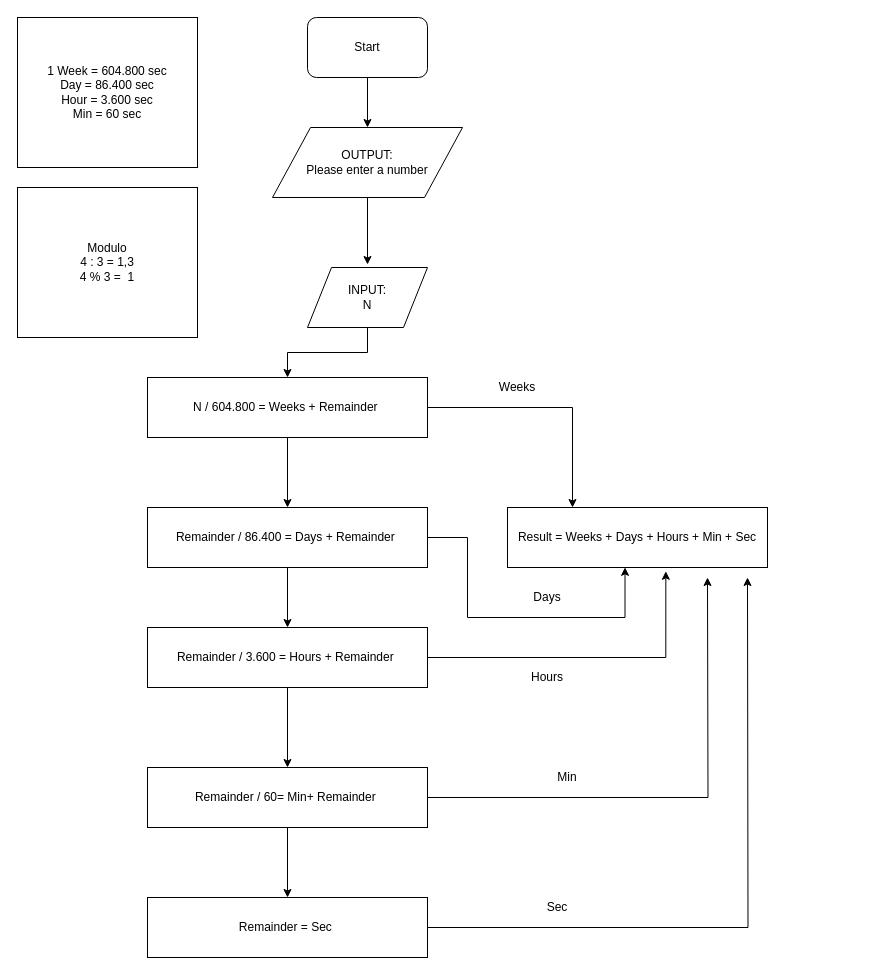
erichkiss/FE21-Algorithms-Kiss-Obermayer keeps this draw.io diagram as Ex2_Intermediate-TimeCalc/TimeCalc.drawio. Above is the earlier version. Source tidied: cells renumbered, new cells numbered last; positions are measured from the earlier drawing's top-left corner, leaving out a move shared by most shapes. Both pictures are drawn from the tidied source at 100%, with x=0, y=0 at pixel (17, 17).
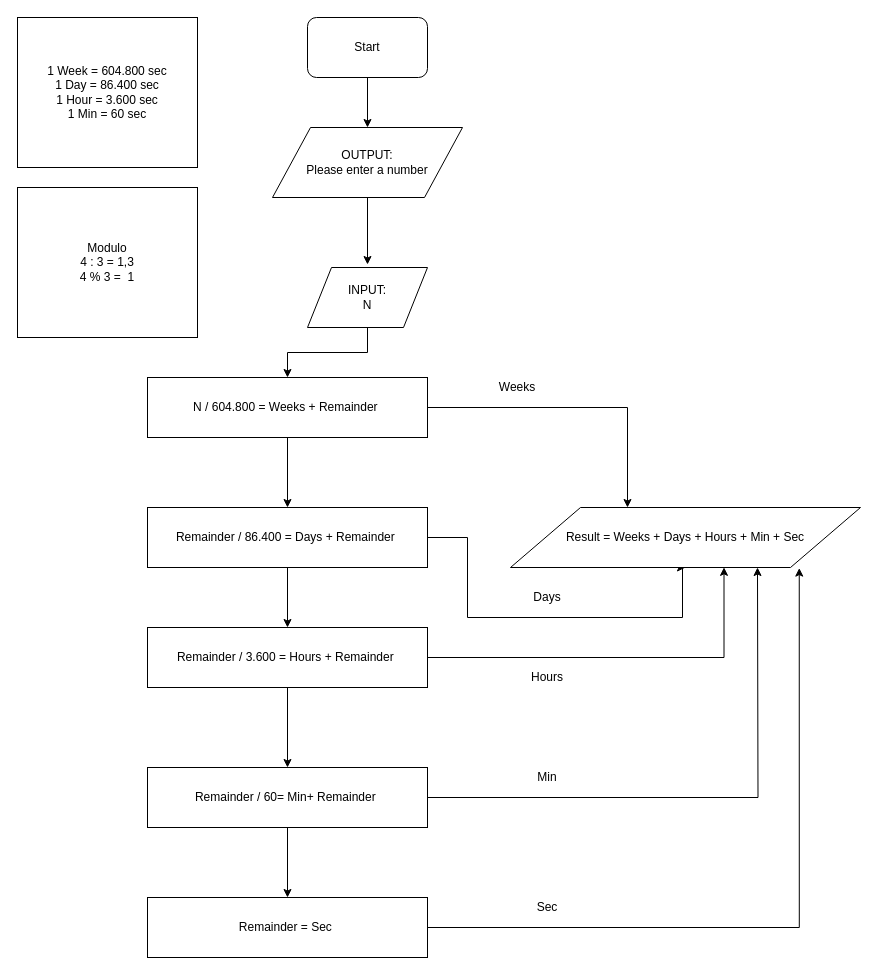
After the change.

Unchanged cells that the change refers to:
```xml
<mxCell id="11" value="N / 604.800 = Weeks + Remainder&amp;nbsp;" style="rounded=0;whiteSpace=wrap;html=1;" parent="1" vertex="1">
  <mxGeometry x="130" y="360" width="280" height="60" as="geometry" />
</mxCell>
<mxCell id="14" value="Remainder / 86.400 = Days + Remainder&amp;nbsp;" style="rounded=0;whiteSpace=wrap;html=1;" parent="1" vertex="1">
  <mxGeometry x="130" y="490" width="280" height="60" as="geometry" />
</mxCell>
<mxCell id="17" value="Remainder / 3.600 = Hours + Remainder&amp;nbsp;" style="rounded=0;whiteSpace=wrap;html=1;" parent="1" vertex="1">
  <mxGeometry x="130" y="610" width="280" height="60" as="geometry" />
</mxCell>
<mxCell id="20" value="Remainder / 60= Min+ Remainder&amp;nbsp;" style="rounded=0;whiteSpace=wrap;html=1;" parent="1" vertex="1">
  <mxGeometry x="130" y="750" width="280" height="60" as="geometry" />
</mxCell>
<mxCell id="22" value="Remainder = Sec&amp;nbsp;" style="rounded=0;whiteSpace=wrap;html=1;" parent="1" vertex="1">
  <mxGeometry x="130" y="880" width="280" height="60" as="geometry" />
</mxCell>
```

Diff of the diagram source:
```diff
@@
-    <mxCell id="8" value="1 Week = 604.800 sec&lt;br&gt;Day = 86.400 sec&lt;br&gt;Hour = 3.600 sec&lt;br&gt;Min = 60 sec" style="rounded=0;whiteSpace=wrap;html=1;" parent="1" vertex="1">
+    <mxCell id="8" value="1 Week = 604.800 sec&lt;br&gt;1 Day = 86.400 sec&lt;br&gt;1 Hour = 3.600 sec&lt;br&gt;1 Min = 60 sec" style="rounded=0;whiteSpace=wrap;html=1;" parent="1" vertex="1">
       <mxGeometry width="180" height="150" as="geometry" />
     </mxCell>
@@
-    <mxCell id="10" style="edgeStyle=orthogonalEdgeStyle;rounded=0;jettySize=auto;html=1;entryX=0.25;entryY=0;entryDx=0;entryDy=0;" parent="1" edge="1" source="11" target="23">
-      <mxGeometry relative="1" as="geometry" />
+    <mxCell id="10" style="edgeStyle=orthogonalEdgeStyle;rounded=0;jettySize=auto;html=1;" parent="1" edge="1" source="11" target="23">
+      <mxGeometry relative="1" as="geometry">
+        <Array as="points">
+          <mxPoint x="610" y="390" />
+        </Array>
+      </mxGeometry>
     </mxCell>
@@
-    <mxCell id="13" style="edgeStyle=orthogonalEdgeStyle;rounded=0;jettySize=auto;html=1;entryX=0.452;entryY=0.997;entryDx=0;entryDy=0;entryPerimeter=0;" parent="1" edge="1" source="14" target="23">
+    <mxCell id="13" style="edgeStyle=orthogonalEdgeStyle;rounded=0;jettySize=auto;html=1;entryX=0.5;entryY=1;entryDx=0;entryDy=0;" parent="1" edge="1" source="14" target="23">
       <mxGeometry relative="1" as="geometry">
         <Array as="points">
           <mxPoint x="450" y="520" />
           <mxPoint x="450" y="600" />
-          <mxPoint x="608" y="600" />
+          <mxPoint x="665" y="600" />
         </Array>
       </mxGeometry>
     </mxCell>
@@
-    <mxCell id="16" style="edgeStyle=orthogonalEdgeStyle;rounded=0;jettySize=auto;html=1;entryX=0.609;entryY=1.063;entryDx=0;entryDy=0;entryPerimeter=0;" parent="1" edge="1" source="17" target="23">
+    <mxCell id="16" style="edgeStyle=orthogonalEdgeStyle;rounded=0;jettySize=auto;html=1;entryX=0.61;entryY=0.997;entryDx=0;entryDy=0;entryPerimeter=0;" parent="1" edge="1" source="17" target="23">
       <mxGeometry relative="1" as="geometry" />
     </mxCell>
@@
     <mxCell id="19" style="edgeStyle=orthogonalEdgeStyle;rounded=0;jettySize=auto;html=1;" parent="1" edge="1" source="20">
       <mxGeometry relative="1" as="geometry">
-        <mxPoint x="690" y="560" as="targetPoint" />
+        <mxPoint x="740" y="550" as="targetPoint" />
       </mxGeometry>
     </mxCell>
@@
-    <mxCell id="21" style="edgeStyle=orthogonalEdgeStyle;rounded=0;jettySize=auto;html=1;" parent="1" edge="1" source="22">
-      <mxGeometry relative="1" as="geometry">
-        <mxPoint x="730" y="560" as="targetPoint" />
-      </mxGeometry>
+    <mxCell id="21" style="edgeStyle=orthogonalEdgeStyle;rounded=0;jettySize=auto;html=1;entryX=0.825;entryY=1.01;entryDx=0;entryDy=0;entryPerimeter=0;" parent="1" edge="1" source="22" target="23">
+      <mxGeometry relative="1" as="geometry" />
     </mxCell>
@@
-    <mxCell id="23" value="Result = Weeks + Days + Hours + Min + Sec" style="rounded=0;whiteSpace=wrap;html=1;" parent="1" vertex="1">
-      <mxGeometry x="490" y="490" width="260" height="60" as="geometry" />
-    </mxCell>
@@
     <mxCell id="27" value="Min" style="text;html=1;strokeColor=none;fillColor=none;align=center;verticalAlign=middle;whiteSpace=wrap;rounded=0;" parent="1" vertex="1">
-      <mxGeometry x="530" y="750" width="40" height="20" as="geometry" />
+      <mxGeometry x="510" y="750" width="40" height="20" as="geometry" />
     </mxCell>
     <mxCell id="28" value="Sec" style="text;html=1;strokeColor=none;fillColor=none;align=center;verticalAlign=middle;whiteSpace=wrap;rounded=0;" parent="1" vertex="1">
-      <mxGeometry x="520" y="880" width="40" height="20" as="geometry" />
+      <mxGeometry x="510" y="880" width="40" height="20" as="geometry" />
     </mxCell>
@@
+    <mxCell id="23" value="&lt;span&gt;Result = Weeks + Days + Hours + Min + Sec&lt;/span&gt;" style="shape=parallelogram;perimeter=parallelogramPerimeter;whiteSpace=wrap;html=1;" parent="1" vertex="1">
+      <mxGeometry x="493" y="490" width="350" height="60" as="geometry" />
+    </mxCell>
```
